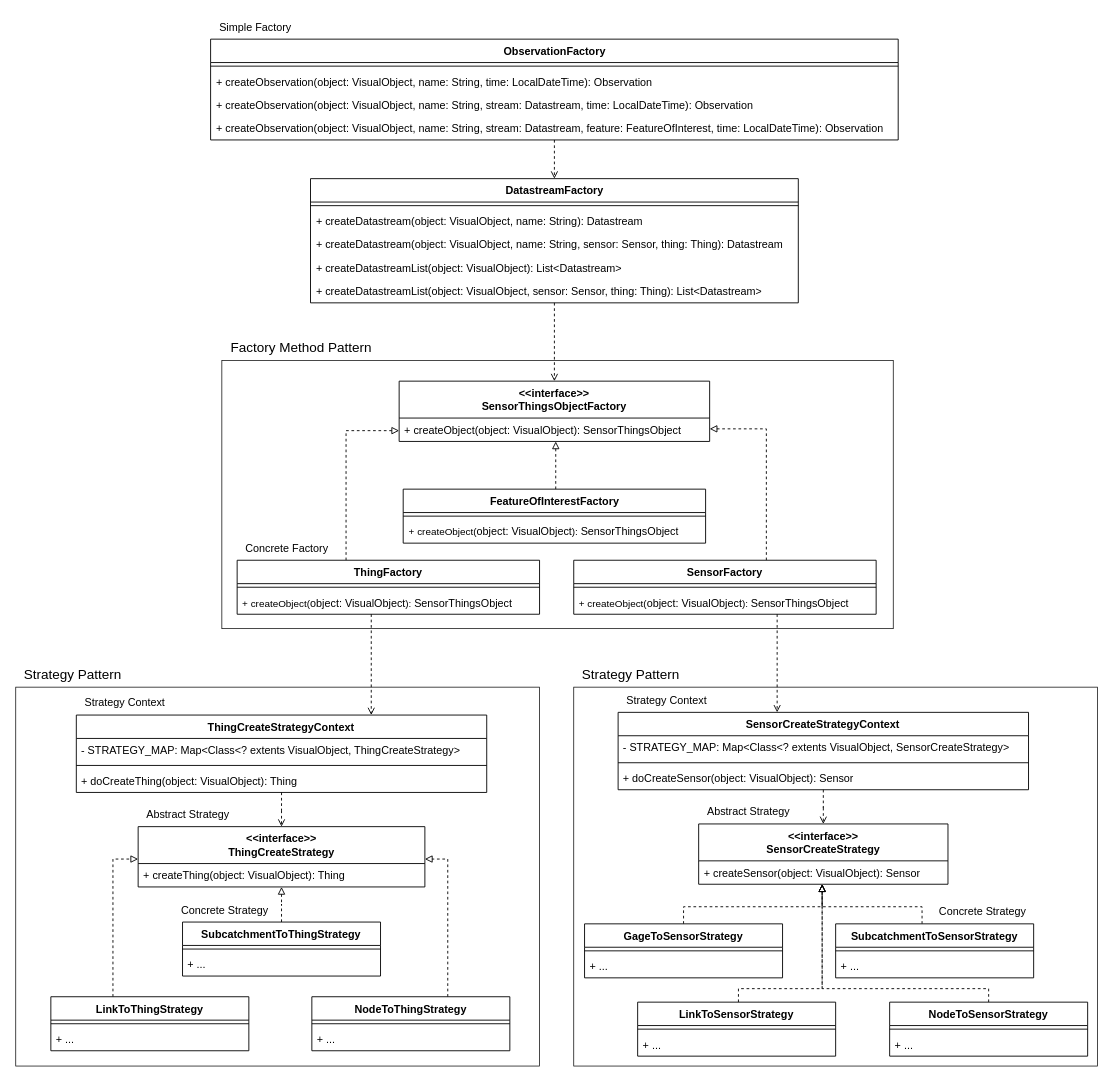
Above: page "映射功能结构图" (4 of 6) of docs/diagram/模型图.dio in hubu-mdzhang/swmm-sensorthings (draw.io), before the change. Source tidied: cells renumbered, new cells numbered last; positions are measured from the earlier drawing's top-left corner, leaving out a move shared by most shapes. Both pictures are drawn from the tidied source at 90%, with x=0, y=0 at pixel (15, 15).
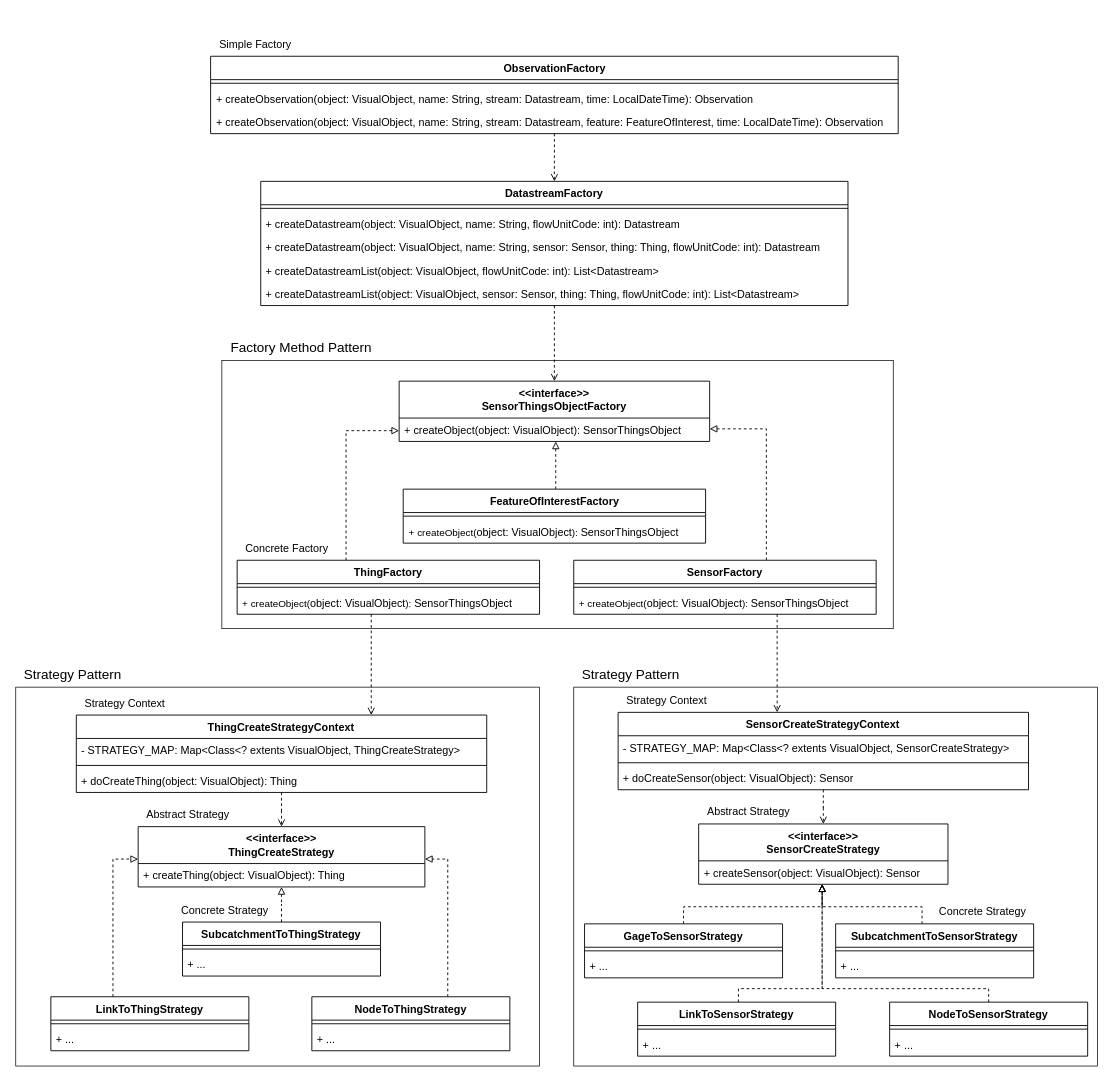
The same diagram, later.

Change to the diagram source:
```diff
@@
     <mxCell id="32" value="DatastreamFactory" style="swimlane;fontStyle=1;align=center;verticalAlign=top;horizontal=1;startSize=26;whiteSpace=wrap;html=1;fontFamily=Helvetica;fontSize=12;fontColor=default;labelBackgroundColor=default;" parent="1" vertex="1">
-      <mxGeometry x="327.5" y="181" width="542" height="138" as="geometry" />
+      <mxGeometry x="272.2" y="184" width="652.5" height="138" as="geometry" />
     </mxCell>
     <mxCell id="33" style="line;strokeWidth=1;fillColor=none;align=left;verticalAlign=middle;spacingTop=-1;spacingLeft=3;spacingRight=3;labelPosition=right;strokeColor=inherit;fontFamily=Helvetica;fontSize=11;fontColor=default;labelBackgroundColor=default;" parent="32" vertex="1">
-      <mxGeometry y="26" width="542" height="8" as="geometry" />
+      <mxGeometry y="26" width="652.5" height="8" as="geometry" />
     </mxCell>
-    <mxCell id="34" value="+ createDatastream(object: VisualObject, name: String): Datastream" style="text;strokeColor=none;fillColor=none;align=left;verticalAlign=top;spacingLeft=4;spacingRight=4;overflow=hidden;whiteSpace=wrap;html=1;" parent="32" vertex="1">
-      <mxGeometry y="34" width="542" height="26" as="geometry" />
+    <mxCell id="34" value="+ createDatastream(object: VisualObject, name: String, flowUnitCode: int): Datastream" style="text;strokeColor=none;fillColor=none;align=left;verticalAlign=top;spacingLeft=4;spacingRight=4;overflow=hidden;whiteSpace=wrap;html=1;" parent="32" vertex="1">
+      <mxGeometry y="34" width="652.5" height="26" as="geometry" />
     </mxCell>
-    <mxCell id="35" value="+ createDatastream(object: VisualObject, name: String, sensor: Sensor, thing: Thing): Datastream" style="text;strokeColor=none;fillColor=none;align=left;verticalAlign=top;spacingLeft=4;spacingRight=4;overflow=hidden;whiteSpace=wrap;html=1;" parent="32" vertex="1">
-      <mxGeometry y="60" width="542" height="26" as="geometry" />
+    <mxCell id="35" value="+ createDatastream(object: VisualObject, name: String, sensor: Sensor, thing: Thing, flowUnitCode: int): Datastream" style="text;strokeColor=none;fillColor=none;align=left;verticalAlign=top;spacingLeft=4;spacingRight=4;overflow=hidden;whiteSpace=wrap;html=1;" parent="32" vertex="1">
+      <mxGeometry y="60" width="652.5" height="26" as="geometry" />
     </mxCell>
-    <mxCell id="36" value="+ createDatastreamList(object: VisualObject): List&amp;lt;Datastream&amp;gt;" style="text;strokeColor=none;fillColor=none;align=left;verticalAlign=top;spacingLeft=4;spacingRight=4;overflow=hidden;whiteSpace=wrap;html=1;" parent="32" vertex="1">
-      <mxGeometry y="86" width="542" height="26" as="geometry" />
+    <mxCell id="36" value="+ createDatastreamList(object: VisualObject, flowUnitCode: int): List&amp;lt;Datastream&amp;gt;" style="text;strokeColor=none;fillColor=none;align=left;verticalAlign=top;spacingLeft=4;spacingRight=4;overflow=hidden;whiteSpace=wrap;html=1;" parent="32" vertex="1">
+      <mxGeometry y="86" width="652.5" height="26" as="geometry" />
     </mxCell>
-    <mxCell id="37" value="+ createDatastreamList(object: VisualObject, sensor: Sensor, thing: Thing): List&amp;lt;Datastream&amp;gt;" style="text;strokeColor=none;fillColor=none;align=left;verticalAlign=top;spacingLeft=4;spacingRight=4;overflow=hidden;whiteSpace=wrap;html=1;" parent="32" vertex="1">
-      <mxGeometry y="112" width="542" height="26" as="geometry" />
+    <mxCell id="37" value="+ createDatastreamList(object: VisualObject, sensor: Sensor, thing: Thing, flowUnitCode: int): List&amp;lt;Datastream&amp;gt;" style="text;strokeColor=none;fillColor=none;align=left;verticalAlign=top;spacingLeft=4;spacingRight=4;overflow=hidden;whiteSpace=wrap;html=1;" parent="32" vertex="1">
+      <mxGeometry y="112" width="652.5" height="26" as="geometry" />
     </mxCell>
@@
     <mxCell id="39" value="ObservationFactory" style="swimlane;fontStyle=1;align=center;verticalAlign=top;horizontal=1;startSize=26;whiteSpace=wrap;html=1;fontFamily=Helvetica;fontSize=12;fontColor=default;labelBackgroundColor=default;" parent="1" vertex="1">
-      <mxGeometry x="216.5" y="26" width="764" height="112" as="geometry" />
+      <mxGeometry x="216.5" y="45" width="764" height="86" as="geometry" />
     </mxCell>
@@
-    <mxCell id="41" value="+ createObservation(object: VisualObject, name: String, time: LocalDateTime): Observation" style="text;strokeColor=none;fillColor=none;align=left;verticalAlign=top;spacingLeft=4;spacingRight=4;overflow=hidden;whiteSpace=wrap;html=1;" parent="39" vertex="1">
-      <mxGeometry y="34" width="764" height="26" as="geometry" />
-    </mxCell>
     <mxCell id="42" value="+ createObservation(object: VisualObject, name: String, stream: Datastream, time: LocalDateTime): Observation" style="text;strokeColor=none;fillColor=none;align=left;verticalAlign=top;spacingLeft=4;spacingRight=4;overflow=hidden;whiteSpace=wrap;html=1;" parent="39" vertex="1">
-      <mxGeometry y="60" width="764" height="26" as="geometry" />
+      <mxGeometry y="34" width="764" height="26" as="geometry" />
     </mxCell>
     <mxCell id="43" value="+ createObservation(object: VisualObject, name: String, stream: Datastream, feature: FeatureOfInterest, time: LocalDateTime): Observation" style="text;strokeColor=none;fillColor=none;align=left;verticalAlign=top;spacingLeft=4;spacingRight=4;overflow=hidden;whiteSpace=wrap;html=1;" parent="39" vertex="1">
-      <mxGeometry y="86" width="764" height="26" as="geometry" />
+      <mxGeometry y="60" width="764" height="26" as="geometry" />
     </mxCell>
     <mxCell id="44" value="&lt;font style=&quot;font-size: 12px;&quot;&gt;Simple Factory&lt;/font&gt;" style="text;html=1;align=center;verticalAlign=middle;strokeColor=none;fillColor=none;fontFamily=Helvetica;fontSize=11;fontColor=default;labelBackgroundColor=default;" parent="1" vertex="1">
-      <mxGeometry x="216.5" width="98" height="26" as="geometry" />
+      <mxGeometry x="216.5" y="19" width="98" height="26" as="geometry" />
     </mxCell>
```
